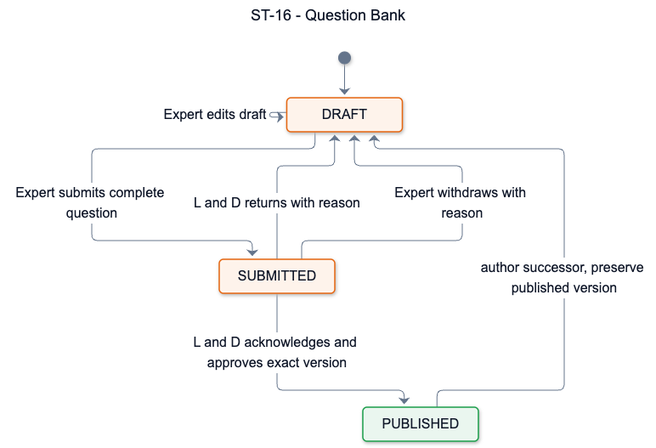
Before: documents/diagrams/mermaid/st-16.png, a diagram exported from Mermaid (SEP490-Fall-2026-GFA26SE64/SEP490). Its source is kept beside it as documents/diagrams/mermaid/st-16.mmd.
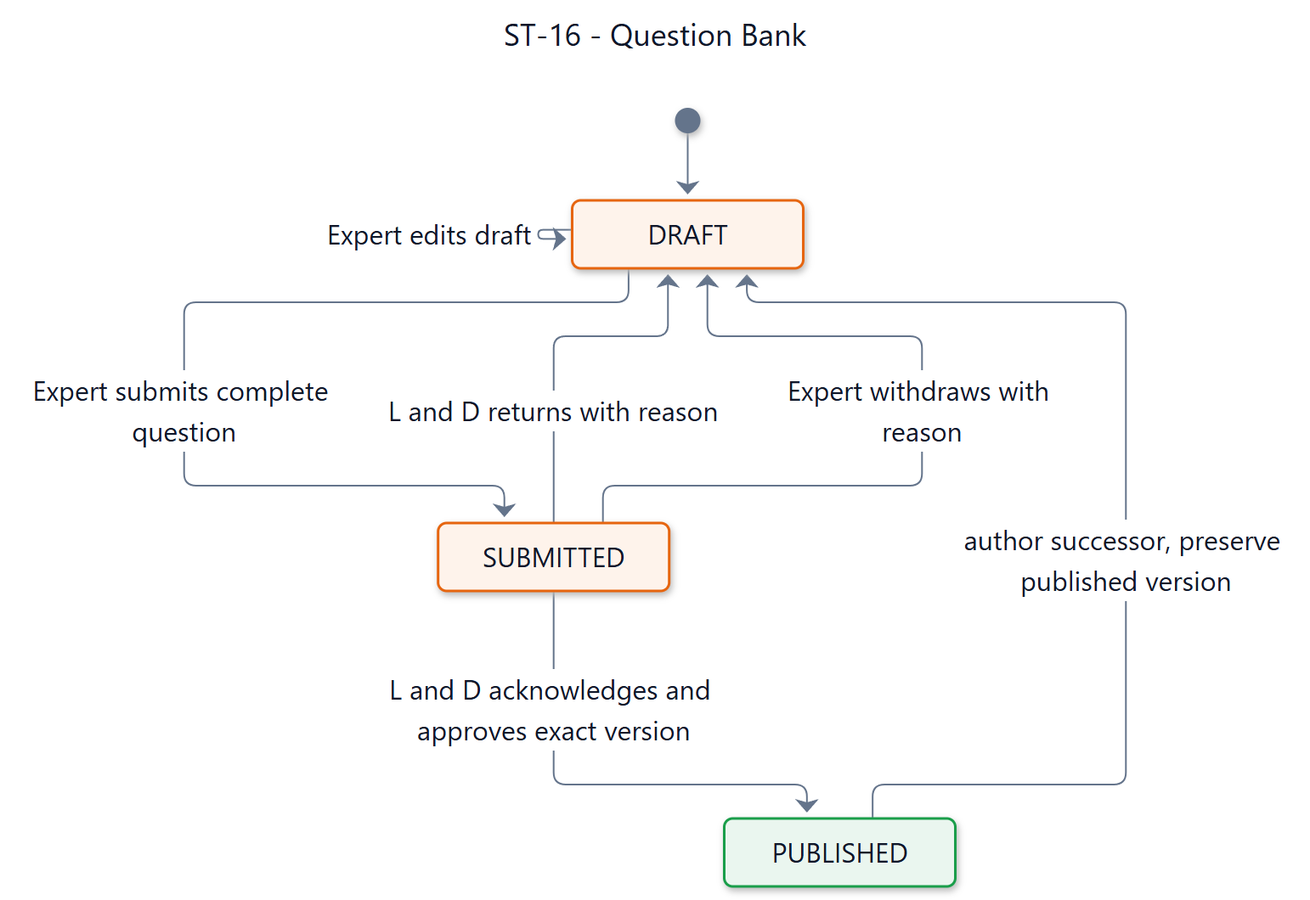
The same file after the commit.

Change to the diagram source:
```diff
@@ -1,9 +1,9 @@
 ---
-
 title: "ST-16 - Question Bank"
-config: {"theme":"base","fontFamily":"Segoe UI, Arial, sans-serif","themeVariables":{"fontFamily":"Segoe UI, Arial, sans-serif","fontSize":"16px","primaryColor":"#ffffff","primaryTextColor":"#0f1729","primaryBorderColor":"#64748b","secondaryColor":"#fef3eb","tertiaryColor":"#ffffff","lineColor":"#64748b","textColor":"#0f1729","mainBkg":"#ffffff","background":"#ffffff","clusterBkg":"#ffffff","clusterBorder":"#64748b","edgeLabelBackground":"#ffffff","titleColor":"#0f1729","noteBkgColor":"#fef3eb","noteTextColor":"#0f1729","noteBorderColor":"#e6650f","labelColor":"#0f1729","compositeBackground":"#ffffff","compositeTitleBackground":"#ffffff","compositeBorder":"#64748b","altBackground":"#ffffff","nodeBorder":"#64748b","nodeTextColor":"#0f1729","cScale0":"#ffffff","cScaleLabel0":"#0f1729","cScale1":"#ffffff","cScaleLabel1":"#0f1729","cScale2":"#ffffff","cScaleLabel2":"#0f1729","cScale3":"#ffffff","cScaleLabel3":"#0f1729","cScale4":"#ffffff","cScaleLabel4":"#0f1729","cScale5":"#ffffff","cScaleLabel5":"#0f1729","cScale6":"#ffffff","cScaleLabel6":"#0f1729","cScale7":"#ffffff","cScaleLabel7":"#0f1729","cScale8":"#ffffff","cScaleLabel8":"#0f1729","cScale9":"#ffffff","cScaleLabel9":"#0f1729","cScale10":"#ffffff","cScaleLabel10":"#0f1729","cScale11":"#ffffff","cScaleLabel11":"#0f1729","secondaryBorderColor":"#64748b","tertiaryBorderColor":"#64748b","secondaryTextColor":"#0f1729","tertiaryTextColor":"#0f1729"},"state":{"nodeSpacing":42,"rankSpacing":64,"padding":16,"fontSize":16,"wrappingWidth":250}}
+config: {"theme":"base","fontFamily":"Segoe UI, Arial, sans-serif","themeVariables":{"fontFamily":"Segoe UI, Arial, sans-serif","fontSize":"16px","primaryColor":"#ffffff","primaryTextColor":"#0f1729","primaryBorderColor":"#64748b","secondaryColor":"#fef3eb","tertiaryColor":"#ffffff","lineColor":"#64748b","textColor":"#0f1729","mainBkg":"#ffffff","background":"#ffffff","clusterBkg":"#ffffff","clusterBorder":"#64748b","edgeLabelBackground":"#ffffff","titleColor":"#0f1729","noteBkgColor":"#fef3eb","noteTextColor":"#0f1729","noteBorderColor":"#e6650f","labelColor":"#0f1729","compositeBackground":"#ffffff","compositeTitleBackground":"#ffffff","compositeBorder":"#64748b","altBackground":"#ffffff","nodeBorder":"#64748b","nodeTextColor":"#0f1729","cScale0":"#ffffff","cScaleLabel0":"#0f1729","cScale1":"#ffffff","cScaleLabel1":"#0f1729","cScale2":"#ffffff","cScaleLabel2":"#0f1729","cScale3":"#ffffff","cScaleLabel3":"#0f1729","cScale4":"#ffffff","cScaleLabel4":"#0f1729","cScale5":"#ffffff","cScaleLabel5":"#0f1729","cScale6":"#ffffff","cScaleLabel6":"#0f1729","cScale7":"#ffffff","cScaleLabel7":"#0f1729","cScale8":"#ffffff","cScaleLabel8":"#0f1729","cScale9":"#ffffff","cScaleLabel9":"#0f1729","cScale10":"#ffffff","cScaleLabel10":"#0f1729","cScale11":"#ffffff","cScaleLabel11":"#0f1729","secondaryBorderColor":"#64748b","tertiaryBorderColor":"#64748b","secondaryTextColor":"#0f1729","tertiaryTextColor":"#0f1729"},"state":{"nodeSpacing":42,"rankSpacing":64,"padding":16,"fontSize":16,"wrappingWidth":250},"look":"neo"}
 ---
 stateDiagram-v2
+  direction TB
   state "DRAFT" as SDD_ST_16_Draft
   state "SUBMITTED" as SDD_ST_16_Submitted
   state "PUBLISHED" as SDD_ST_16_Published
```
